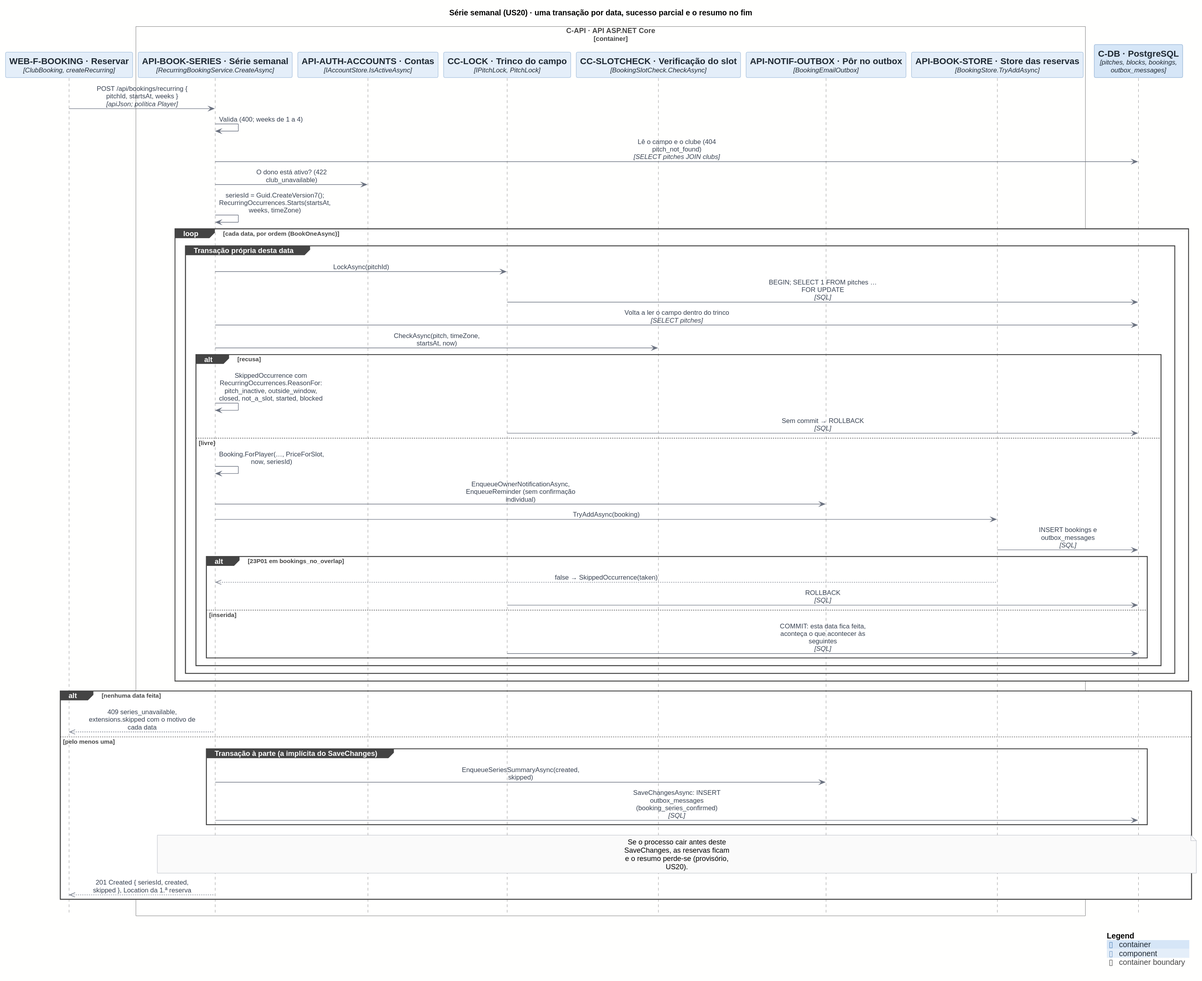
Earlier version of the PlantUML export docs/architecture/out/process-series.svg (rodrigo4sousa/SportsEstablishments). Its diagram source:
```plantuml
@startuml
!include <C4/C4_Sequence>
!include ../style.puml

title Série semanal (US20) · uma transação por data, sucesso parcial e o resumo no fim

Component(WEB_F_BOOKING, "WEB-F-BOOKING · Reservar", "ClubBooking, createRecurring")
Container_Boundary(C_API, "C-API · API ASP.NET Core")
  Component(API_BOOK_SERIES, "API-BOOK-SERIES · Série semanal", "RecurringBookingService.CreateAsync")
  Component(API_AUTH_ACCOUNTS, "API-AUTH-ACCOUNTS · Contas", "IAccountStore.IsActiveAsync")
  Component(CC_LOCK, "CC-LOCK · Trinco do campo", "IPitchLock, PitchLock")
  Component(CC_SLOTCHECK, "CC-SLOTCHECK · Verificação do slot", "BookingSlotCheck.CheckAsync")
  Component(API_NOTIF_OUTBOX, "API-NOTIF-OUTBOX · Pôr no outbox", "BookingEmailOutbox")
  Component(API_BOOK_STORE, "API-BOOK-STORE · Store das reservas", "BookingStore.TryAddAsync")
Boundary_End()
ContainerDb(C_DB, "C-DB · PostgreSQL", "pitches, blocks, bookings, outbox_messages")

Rel(WEB_F_BOOKING, API_BOOK_SERIES, $plain("POST /api/bookings/recurring { pitchId, startsAt, weeks }"), "apiJson; política Player")
Rel(API_BOOK_SERIES, API_BOOK_SERIES, $plain("Valida (400; weeks de 1 a 4)"))
Rel(API_BOOK_SERIES, C_DB, $plain("Lê o campo e o clube (404 pitch_not_found)"), "SELECT pitches JOIN clubs")
Rel(API_BOOK_SERIES, API_AUTH_ACCOUNTS, $plain("O dono está ativo? (422 club_unavailable)"))
Rel(API_BOOK_SERIES, API_BOOK_SERIES, $plain("seriesId = Guid.CreateVersion7(); RecurringOccurrences.Starts(startsAt, weeks, timeZone)"))

loop cada data, por ordem (BookOneAsync)
  group Transação própria desta data
    Rel(API_BOOK_SERIES, CC_LOCK, $plain("LockAsync(pitchId)"))
    Rel(CC_LOCK, C_DB, $plain("BEGIN; SELECT 1 FROM pitches … FOR UPDATE"), "SQL")
    Rel(API_BOOK_SERIES, C_DB, $plain("Volta a ler o campo dentro do trinco"), "SELECT pitches")
    Rel(API_BOOK_SERIES, CC_SLOTCHECK, $plain("CheckAsync(pitch, timeZone, startsAt, now)"))
    alt recusa
      Rel(API_BOOK_SERIES, API_BOOK_SERIES, $plain("SkippedOccurrence com RecurringOccurrences.ReasonFor: pitch_inactive, outside_window, closed, not_a_slot, started, blocked"))
      Rel(CC_LOCK, C_DB, $plain("Sem commit → ROLLBACK"), "SQL")
    else livre
      Rel(API_BOOK_SERIES, API_BOOK_SERIES, $plain("Booking.ForPlayer(…, PriceForSlot, now, seriesId)"))
      Rel(API_BOOK_SERIES, API_NOTIF_OUTBOX, $plain("EnqueueOwnerNotificationAsync, EnqueueReminder (sem confirmação individual)"))
      Rel(API_BOOK_SERIES, API_BOOK_STORE, $plain("TryAddAsync(booking)"))
      Rel(API_BOOK_STORE, C_DB, $plain("INSERT bookings e outbox_messages"), "SQL")
      alt 23P01 em bookings_no_overlap
        Rel_Back(API_BOOK_SERIES, API_BOOK_STORE, $plain("false → SkippedOccurrence(taken)"))
        Rel(CC_LOCK, C_DB, $plain("ROLLBACK"), "SQL")
      else inserida
        Rel(CC_LOCK, C_DB, $plain("COMMIT: esta data fica feita, aconteça o que acontecer às seguintes"), "SQL")
      end
    end
  end
end

alt nenhuma data feita
  Rel_Back(WEB_F_BOOKING, API_BOOK_SERIES, $plain("409 series_unavailable, extensions.skipped com o motivo de cada data"))
else pelo menos uma
  group Transação à parte (a implícita do SaveChanges)
    Rel(API_BOOK_SERIES, API_NOTIF_OUTBOX, $plain("EnqueueSeriesSummaryAsync(created, skipped)"))
    Rel(API_BOOK_SERIES, C_DB, $plain("SaveChangesAsync: INSERT outbox_messages (booking_series_confirmed)"), "SQL")
  end
  note over API_BOOK_SERIES, C_DB: Se o processo cair antes deste SaveChanges, as reservas ficam e o resumo perde-se (provisório, US20).
  Rel_Back(WEB_F_BOOKING, API_BOOK_SERIES, $plain("201 Created { seriesId, created, skipped }, Location da 1.ª reserva"))
end

SHOW_LEGEND()
@enduml
```
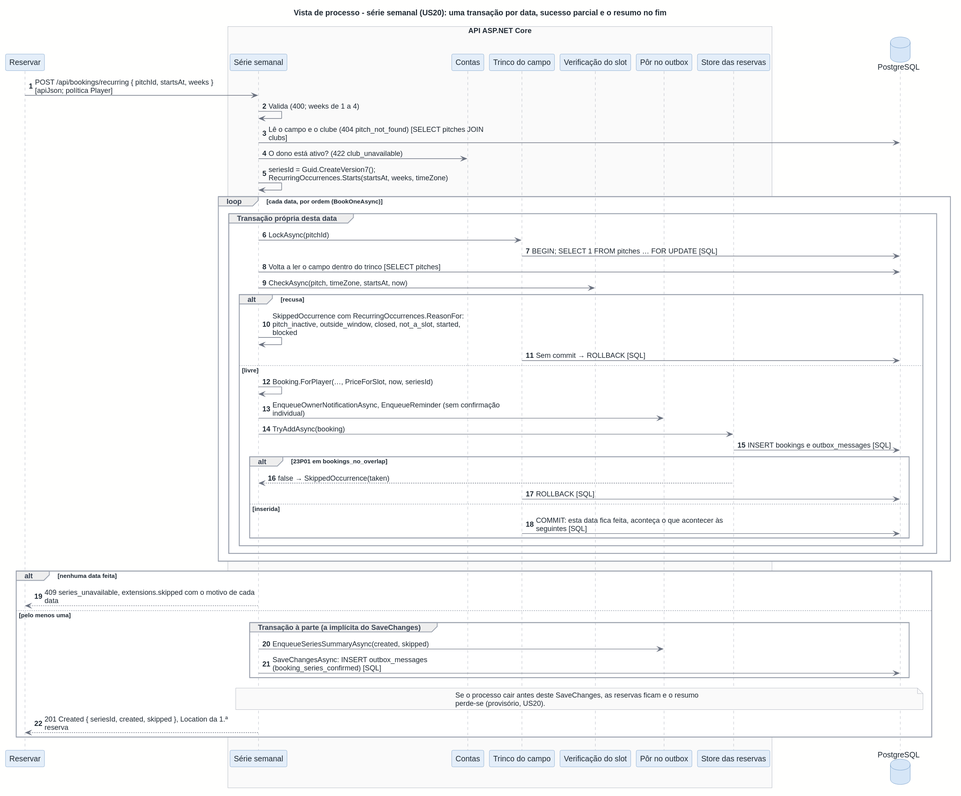
After the commit.

The edit, as a diff of the source:
```diff
@@ -1,60 +1,58 @@
 @startuml
-!include <C4/C4_Sequence>
 !include ../style.puml
 
-title Série semanal (US20) · uma transação por data, sucesso parcial e o resumo no fim
+title Vista de processo - série semanal (US20): uma transação por data, sucesso parcial e o resumo no fim
+autonumber
 
-Component(WEB_F_BOOKING, "WEB-F-BOOKING · Reservar", "ClubBooking, createRecurring")
-Container_Boundary(C_API, "C-API · API ASP.NET Core")
-  Component(API_BOOK_SERIES, "API-BOOK-SERIES · Série semanal", "RecurringBookingService.CreateAsync")
-  Component(API_AUTH_ACCOUNTS, "API-AUTH-ACCOUNTS · Contas", "IAccountStore.IsActiveAsync")
-  Component(CC_LOCK, "CC-LOCK · Trinco do campo", "IPitchLock, PitchLock")
-  Component(CC_SLOTCHECK, "CC-SLOTCHECK · Verificação do slot", "BookingSlotCheck.CheckAsync")
-  Component(API_NOTIF_OUTBOX, "API-NOTIF-OUTBOX · Pôr no outbox", "BookingEmailOutbox")
-  Component(API_BOOK_STORE, "API-BOOK-STORE · Store das reservas", "BookingStore.TryAddAsync")
-Boundary_End()
-ContainerDb(C_DB, "C-DB · PostgreSQL", "pitches, blocks, bookings, outbox_messages")
+participant "Reservar" as WEB_F_BOOKING
+box "API ASP.NET Core"
+  participant "Série semanal" as API_BOOK_SERIES
+  participant "Contas" as API_AUTH_ACCOUNTS
+  participant "Trinco do campo" as CC_LOCK
+  participant "Verificação do slot" as CC_SLOTCHECK
+  participant "Pôr no outbox" as API_NOTIF_OUTBOX
+  participant "Store das reservas" as API_BOOK_STORE
+end box
+database "PostgreSQL" as C_DB
 
-Rel(WEB_F_BOOKING, API_BOOK_SERIES, $plain("POST /api/bookings/recurring { pitchId, startsAt, weeks }"), "apiJson; política Player")
-Rel(API_BOOK_SERIES, API_BOOK_SERIES, $plain("Valida (400; weeks de 1 a 4)"))
-Rel(API_BOOK_SERIES, C_DB, $plain("Lê o campo e o clube (404 pitch_not_found)"), "SELECT pitches JOIN clubs")
-Rel(API_BOOK_SERIES, API_AUTH_ACCOUNTS, $plain("O dono está ativo? (422 club_unavailable)"))
-Rel(API_BOOK_SERIES, API_BOOK_SERIES, $plain("seriesId = Guid.CreateVersion7(); RecurringOccurrences.Starts(startsAt, weeks, timeZone)"))
+WEB_F_BOOKING -> API_BOOK_SERIES : POST /api/bookings/recurring { pitchId, startsAt, weeks }\n[apiJson; política Player]
+API_BOOK_SERIES -> API_BOOK_SERIES : Valida (400; weeks de 1 a 4)
+API_BOOK_SERIES -> C_DB : Lê o campo e o clube (404 pitch_not_found) [SELECT pitches JOIN\nclubs]
+API_BOOK_SERIES -> API_AUTH_ACCOUNTS : O dono está ativo? (422 club_unavailable)
+API_BOOK_SERIES -> API_BOOK_SERIES : seriesId = Guid.CreateVersion7();\nRecurringOccurrences.Starts(startsAt, weeks, timeZone)
 
 loop cada data, por ordem (BookOneAsync)
   group Transação própria desta data
-    Rel(API_BOOK_SERIES, CC_LOCK, $plain("LockAsync(pitchId)"))
-    Rel(CC_LOCK, C_DB, $plain("BEGIN; SELECT 1 FROM pitches … FOR UPDATE"), "SQL")
-    Rel(API_BOOK_SERIES, C_DB, $plain("Volta a ler o campo dentro do trinco"), "SELECT pitches")
-    Rel(API_BOOK_SERIES, CC_SLOTCHECK, $plain("CheckAsync(pitch, timeZone, startsAt, now)"))
+    API_BOOK_SERIES -> CC_LOCK : LockAsync(pitchId)
+    CC_LOCK -> C_DB : BEGIN; SELECT 1 FROM pitches … FOR UPDATE [SQL]
+    API_BOOK_SERIES -> C_DB : Volta a ler o campo dentro do trinco [SELECT pitches]
+    API_BOOK_SERIES -> CC_SLOTCHECK : CheckAsync(pitch, timeZone, startsAt, now)
     alt recusa
-      Rel(API_BOOK_SERIES, API_BOOK_SERIES, $plain("SkippedOccurrence com RecurringOccurrences.ReasonFor: pitch_inactive, outside_window, closed, not_a_slot, started, blocked"))
-      Rel(CC_LOCK, C_DB, $plain("Sem commit → ROLLBACK"), "SQL")
+      API_BOOK_SERIES -> API_BOOK_SERIES : SkippedOccurrence com RecurringOccurrences.ReasonFor:\npitch_inactive, outside_window, closed, not_a_slot, started,\nblocked
+      CC_LOCK -> C_DB : Sem commit → ROLLBACK [SQL]
     else livre
-      Rel(API_BOOK_SERIES, API_BOOK_SERIES, $plain("Booking.ForPlayer(…, PriceForSlot, now, seriesId)"))
-      Rel(API_BOOK_SERIES, API_NOTIF_OUTBOX, $plain("EnqueueOwnerNotificationAsync, EnqueueReminder (sem confirmação individual)"))
-      Rel(API_BOOK_SERIES, API_BOOK_STORE, $plain("TryAddAsync(booking)"))
-      Rel(API_BOOK_STORE, C_DB, $plain("INSERT bookings e outbox_messages"), "SQL")
+      API_BOOK_SERIES -> API_BOOK_SERIES : Booking.ForPlayer(…, PriceForSlot, now, seriesId)
+      API_BOOK_SERIES -> API_NOTIF_OUTBOX : EnqueueOwnerNotificationAsync, EnqueueReminder (sem confirmação\nindividual)
+      API_BOOK_SERIES -> API_BOOK_STORE : TryAddAsync(booking)
+      API_BOOK_STORE -> C_DB : INSERT bookings e outbox_messages [SQL]
       alt 23P01 em bookings_no_overlap
-        Rel_Back(API_BOOK_SERIES, API_BOOK_STORE, $plain("false → SkippedOccurrence(taken)"))
-        Rel(CC_LOCK, C_DB, $plain("ROLLBACK"), "SQL")
+        API_BOOK_STORE --> API_BOOK_SERIES : false → SkippedOccurrence(taken)
+        CC_LOCK -> C_DB : ROLLBACK [SQL]
       else inserida
-        Rel(CC_LOCK, C_DB, $plain("COMMIT: esta data fica feita, aconteça o que acontecer às seguintes"), "SQL")
+        CC_LOCK -> C_DB : COMMIT: esta data fica feita, aconteça o que acontecer às\nseguintes [SQL]
       end
     end
   end
 end
 
 alt nenhuma data feita
-  Rel_Back(WEB_F_BOOKING, API_BOOK_SERIES, $plain("409 series_unavailable, extensions.skipped com o motivo de cada data"))
+  API_BOOK_SERIES --> WEB_F_BOOKING : 409 series_unavailable, extensions.skipped com o motivo de cada\ndata
 else pelo menos uma
   group Transação à parte (a implícita do SaveChanges)
-    Rel(API_BOOK_SERIES, API_NOTIF_OUTBOX, $plain("EnqueueSeriesSummaryAsync(created, skipped)"))
-    Rel(API_BOOK_SERIES, C_DB, $plain("SaveChangesAsync: INSERT outbox_messages (booking_series_confirmed)"), "SQL")
+    API_BOOK_SERIES -> API_NOTIF_OUTBOX : EnqueueSeriesSummaryAsync(created, skipped)
+    API_BOOK_SERIES -> C_DB : SaveChangesAsync: INSERT outbox_messages\n(booking_series_confirmed) [SQL]
   end
-  note over API_BOOK_SERIES, C_DB: Se o processo cair antes deste SaveChanges, as reservas ficam e o resumo perde-se (provisório, US20).
-  Rel_Back(WEB_F_BOOKING, API_BOOK_SERIES, $plain("201 Created { seriesId, created, skipped }, Location da 1.ª reserva"))
+  note over API_BOOK_SERIES, C_DB: Se o processo cair antes deste SaveChanges, as reservas ficam e o resumo\nperde-se (provisório, US20).
+  API_BOOK_SERIES --> WEB_F_BOOKING : 201 Created { seriesId, created, skipped }, Location da 1.ª\nreserva
 end
-
-SHOW_LEGEND()
 @enduml
```
